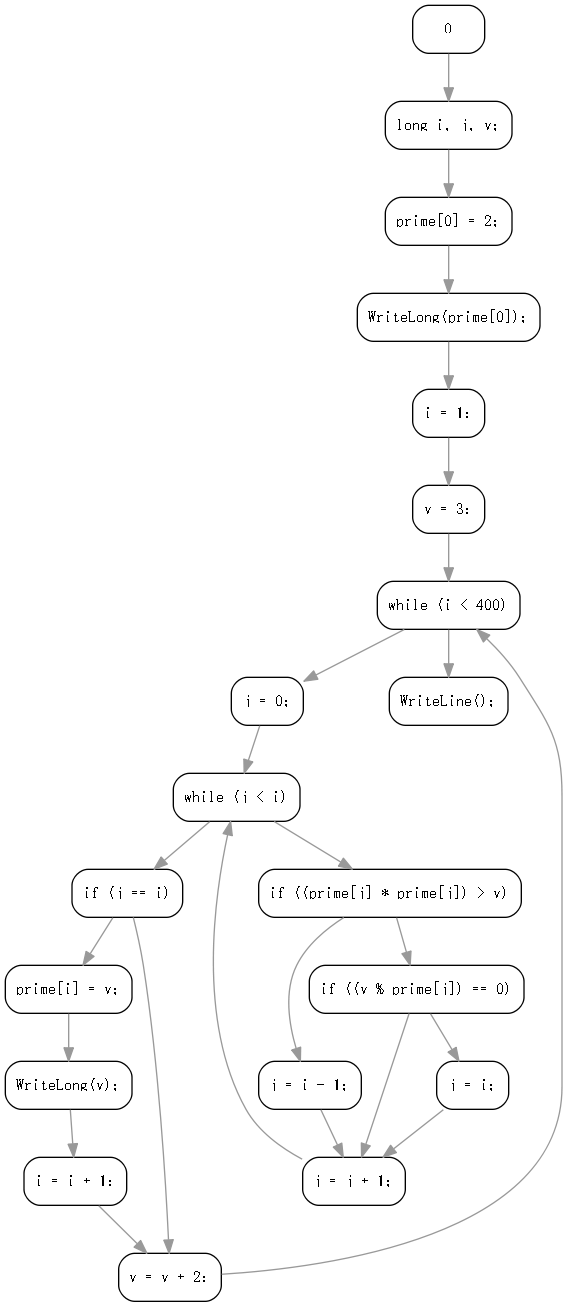
The Graphviz diagram CFG.gv.png in Catxiaobai/ProgramAnalysis, before a commit. Its source is kept beside it as CFG.gv.
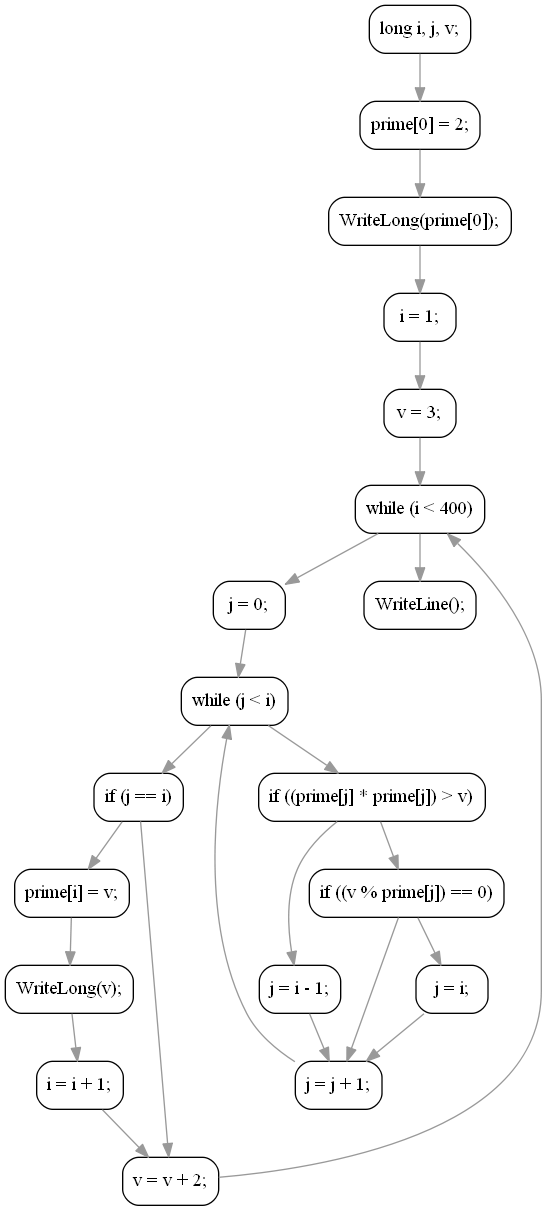
Later version of the same file.

Change to the diagram source:
```diff
@@ -1,6 +1,6 @@
 digraph CFG {
 	graph [rankdir=TB]
-	node [color=black fontcolor=black fontname=FangSong fontsize=12 shape=box style=rounded]
+	node [color=black fontcolor=black shape=box style=rounded]
 	edge [color="#999999" fontcolor="#888888" fontname=FangSong fontsize=10]
 	8 [label="long i, j, v;"]
 	9 [label="prime[0] = 2;"]
@@ -21,7 +21,6 @@
 	35 [label="i = i + 1;"]
 	37 [label="v = v + 2;"]
 	39 [label="WriteLine();"]
-	0 -> 8
 	8 -> 9
 	9 -> 10
 	10 -> 11
```
